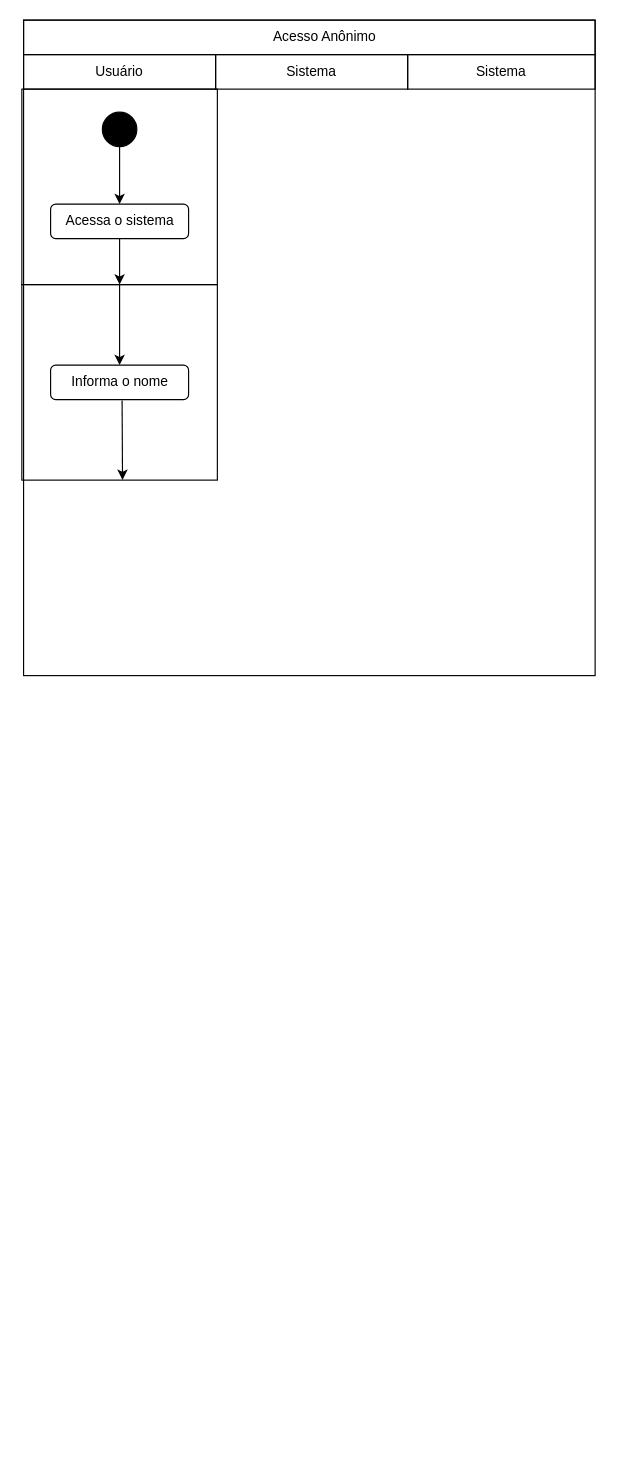
This is page "Page-3" (3 of 4) of fluxogramas/fluxograma_rebuild_plants.drawio from caioliveira277/drawio-fluxogramas, a draw.io file, before an edit. Source tidied: cells renumbered, new cells numbered last; positions are measured from the earlier drawing's top-left corner, leaving out a move shared by most shapes. Both pictures are drawn from the tidied source at 115%, with x=0, y=0 at pixel (22, 20).
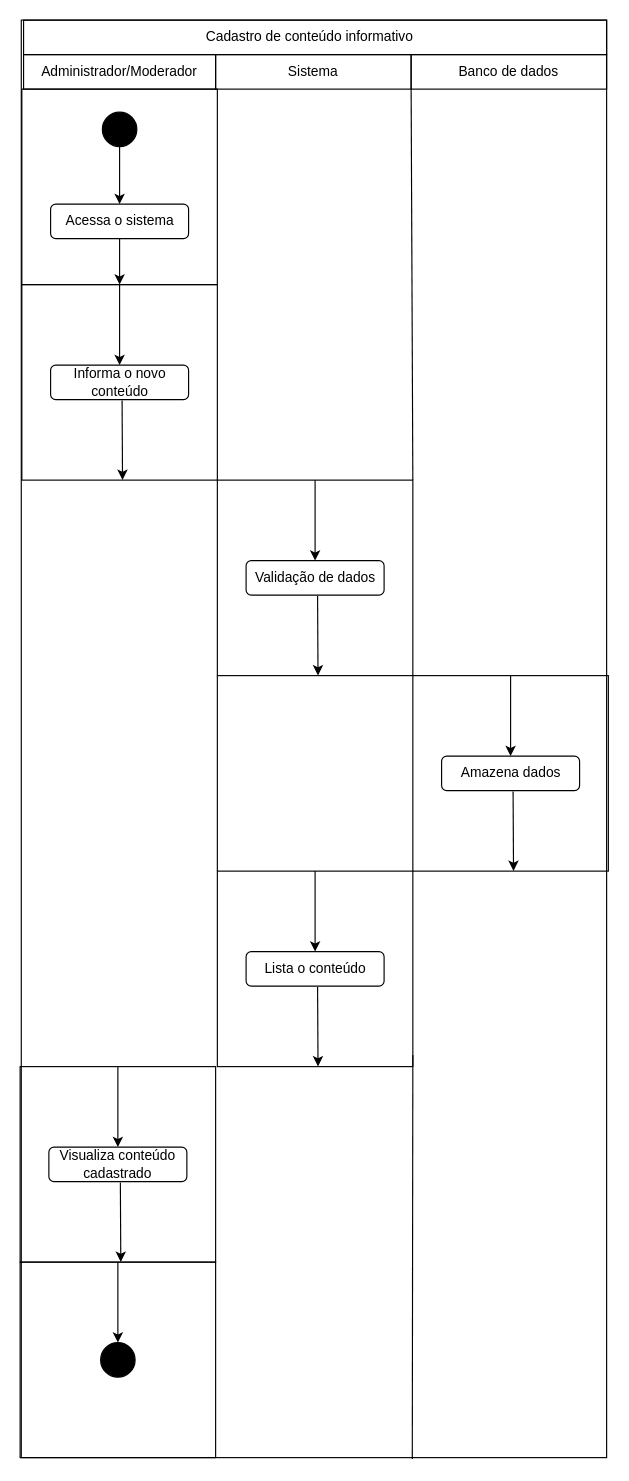
The same page after the edit.

Diff of the diagram source:
```diff
@@
-    <mxCell id="2" style="rounded=0;whiteSpace=wrap;html=1;fillColor=#ffffff;" parent="1" vertex="1">
-      <mxGeometry x="1" width="497" height="570" as="geometry" />
+    <mxCell id="2" style="rounded=0;whiteSpace=wrap;html=1;strokeColor=#000000;fillColor=#FFFFFF;" parent="1" vertex="1">
+      <mxGeometry x="-1" width="509" height="1250" as="geometry" />
     </mxCell>
     <mxCell id="3" style="rounded=0;whiteSpace=wrap;html=1;fillColor=none;strokeColor=#000000;" parent="1" vertex="1">
-      <mxGeometry x="1" width="497" height="30" as="geometry" />
+      <mxGeometry x="1" width="507" height="30" as="geometry" />
     </mxCell>
-    <mxCell id="4" value="Acesso Anônimo" style="text;html=1;align=center;verticalAlign=middle;whiteSpace=wrap;rounded=0;fontColor=#000000;" parent="1" vertex="1">
-      <mxGeometry x="211" y="7.5" width="103.5" height="15" as="geometry" />
+    <mxCell id="4" value="Cadastro de conteúdo informativo" style="text;html=1;align=center;verticalAlign=middle;whiteSpace=wrap;rounded=0;fontColor=#000000;" parent="1" vertex="1">
+      <mxGeometry x="145.5" y="7.5" width="208" height="15" as="geometry" />
     </mxCell>
@@
-    <mxCell id="11" value="&lt;font color=&quot;#000000&quot;&gt;Informa o nome&lt;/font&gt;" style="rounded=1;whiteSpace=wrap;html=1;fillColor=none;strokeColor=#000000;" parent="1" vertex="1">
+    <mxCell id="11" value="&lt;font color=&quot;#000000&quot;&gt;Informa o novo conteúdo&lt;/font&gt;" style="rounded=1;whiteSpace=wrap;html=1;fillColor=none;strokeColor=#000000;" parent="1" vertex="1">
       <mxGeometry x="24.5" y="300" width="120" height="30" as="geometry" />
     </mxCell>
@@
-    <mxCell id="14" value="&lt;font color=&quot;#000000&quot;&gt;Usuário&lt;/font&gt;" style="rounded=0;whiteSpace=wrap;html=1;fillColor=none;strokeColor=#000000;" parent="1" vertex="1">
+    <mxCell id="14" value="&lt;font color=&quot;#000000&quot;&gt;Administrador/Moderador&lt;/font&gt;" style="rounded=0;whiteSpace=wrap;html=1;fillColor=none;strokeColor=#000000;" parent="1" vertex="1">
       <mxGeometry x="1" y="30" width="167" height="30" as="geometry" />
     </mxCell>
     <mxCell id="15" value="&lt;font color=&quot;#000000&quot;&gt;Sistema&lt;/font&gt;" style="rounded=0;whiteSpace=wrap;html=1;fillColor=none;strokeColor=#000000;" parent="1" vertex="1">
-      <mxGeometry x="168" y="30" width="167" height="30" as="geometry" />
+      <mxGeometry x="168" y="30" width="170" height="30" as="geometry" />
     </mxCell>
-    <mxCell id="16" value="&lt;font color=&quot;#000000&quot;&gt;Sistema&lt;/font&gt;" style="rounded=0;whiteSpace=wrap;html=1;fillColor=none;strokeColor=#000000;" parent="1" vertex="1">
-      <mxGeometry x="335" y="30" width="163" height="30" as="geometry" />
+    <mxCell id="16" value="&lt;font color=&quot;#000000&quot;&gt;Banco de dados&lt;/font&gt;" style="rounded=0;whiteSpace=wrap;html=1;fillColor=none;strokeColor=#000000;" parent="1" vertex="1">
+      <mxGeometry x="338" y="30" width="170" height="30" as="geometry" />
     </mxCell>
+    <mxCell id="17" style="whiteSpace=wrap;html=1;fillColor=none;strokeColor=#000000;" parent="1" vertex="1">
+      <mxGeometry x="169.5" y="400" width="170" height="170" as="geometry" />
+    </mxCell>
+    <mxCell id="18" value="&lt;font color=&quot;#000000&quot;&gt;Validação de dados&lt;/font&gt;" style="rounded=1;whiteSpace=wrap;html=1;fillColor=none;strokeColor=#000000;" parent="1" vertex="1">
+      <mxGeometry x="194.5" y="470" width="120" height="30" as="geometry" />
+    </mxCell>
+    <mxCell id="19" style="endArrow=classic;html=1;strokeColor=#000000;exitX=0.5;exitY=0;exitDx=0;exitDy=0;" parent="1" edge="1" source="17">
+      <mxGeometry relative="1" as="geometry">
+        <mxPoint x="254.5" y="470" as="targetPoint" />
+      </mxGeometry>
+    </mxCell>
+    <mxCell id="20" style="endArrow=classic;html=1;strokeColor=#000000;entryX=0.515;entryY=0.999;entryDx=0;entryDy=0;entryPerimeter=0;exitX=0.518;exitY=1.023;exitDx=0;exitDy=0;exitPerimeter=0;" parent="1" edge="1" source="18" target="17">
+      <mxGeometry relative="1" as="geometry" />
+    </mxCell>
+    <mxCell id="21" style="whiteSpace=wrap;html=1;fillColor=none;strokeColor=#000000;" parent="1" vertex="1">
+      <mxGeometry x="-2" y="1080" width="170" height="170" as="geometry" />
+    </mxCell>
+    <mxCell id="22" style="endArrow=classic;html=1;strokeColor=#000000;exitX=0.5;exitY=0;exitDx=0;exitDy=0;" parent="1" edge="1" source="21">
+      <mxGeometry relative="1" as="geometry">
+        <mxPoint x="83" y="1150" as="targetPoint" />
+      </mxGeometry>
+    </mxCell>
+    <mxCell id="23" style="whiteSpace=wrap;html=1;fillColor=none;strokeColor=#000000;" parent="1" vertex="1">
+      <mxGeometry x="339.5" y="570" width="170" height="170" as="geometry" />
+    </mxCell>
+    <mxCell id="24" value="&lt;font color=&quot;#000000&quot;&gt;Amazena dados&lt;/font&gt;" style="rounded=1;whiteSpace=wrap;html=1;fillColor=none;strokeColor=#000000;" parent="1" vertex="1">
+      <mxGeometry x="364.5" y="640" width="120" height="30" as="geometry" />
+    </mxCell>
+    <mxCell id="25" style="endArrow=classic;html=1;strokeColor=#000000;exitX=0.5;exitY=0;exitDx=0;exitDy=0;" parent="1" edge="1" source="23">
+      <mxGeometry relative="1" as="geometry">
+        <mxPoint x="424.5" y="640" as="targetPoint" />
+      </mxGeometry>
+    </mxCell>
+    <mxCell id="26" style="endArrow=classic;html=1;strokeColor=#000000;entryX=0.515;entryY=0.999;entryDx=0;entryDy=0;entryPerimeter=0;exitX=0.518;exitY=1.023;exitDx=0;exitDy=0;exitPerimeter=0;" parent="1" edge="1" source="24" target="23">
+      <mxGeometry relative="1" as="geometry" />
+    </mxCell>
+    <mxCell id="27" style="whiteSpace=wrap;html=1;fillColor=none;strokeColor=#000000;" parent="1" vertex="1">
+      <mxGeometry x="169.5" y="740" width="170" height="170" as="geometry" />
+    </mxCell>
+    <mxCell id="28" value="&lt;font color=&quot;#000000&quot;&gt;Lista o conteúdo&lt;/font&gt;" style="rounded=1;whiteSpace=wrap;html=1;fillColor=none;strokeColor=#000000;" parent="1" vertex="1">
+      <mxGeometry x="194.5" y="810" width="120" height="30" as="geometry" />
+    </mxCell>
+    <mxCell id="29" style="endArrow=classic;html=1;strokeColor=#000000;exitX=0.5;exitY=0;exitDx=0;exitDy=0;" parent="1" edge="1" source="27">
+      <mxGeometry relative="1" as="geometry">
+        <mxPoint x="254.5" y="810" as="targetPoint" />
+      </mxGeometry>
+    </mxCell>
+    <mxCell id="30" style="endArrow=classic;html=1;strokeColor=#000000;entryX=0.515;entryY=0.999;entryDx=0;entryDy=0;entryPerimeter=0;exitX=0.518;exitY=1.023;exitDx=0;exitDy=0;exitPerimeter=0;" parent="1" edge="1" source="28" target="27">
+      <mxGeometry relative="1" as="geometry" />
+    </mxCell>
+    <mxCell id="31" style="whiteSpace=wrap;html=1;fillColor=none;strokeColor=#000000;" parent="1" vertex="1">
+      <mxGeometry x="-2" y="910" width="170" height="170" as="geometry" />
+    </mxCell>
+    <mxCell id="32" value="&lt;font color=&quot;#000000&quot;&gt;Visualiza conteúdo cadastrado&lt;/font&gt;" style="rounded=1;whiteSpace=wrap;html=1;fillColor=none;strokeColor=#000000;" parent="1" vertex="1">
+      <mxGeometry x="23" y="980" width="120" height="30" as="geometry" />
+    </mxCell>
+    <mxCell id="33" style="endArrow=classic;html=1;strokeColor=#000000;exitX=0.5;exitY=0;exitDx=0;exitDy=0;" parent="1" edge="1" source="31">
+      <mxGeometry relative="1" as="geometry">
+        <mxPoint x="83" y="980" as="targetPoint" />
+      </mxGeometry>
+    </mxCell>
+    <mxCell id="34" style="endArrow=classic;html=1;strokeColor=#000000;entryX=0.515;entryY=0.999;entryDx=0;entryDy=0;entryPerimeter=0;exitX=0.518;exitY=1.023;exitDx=0;exitDy=0;exitPerimeter=0;" parent="1" edge="1" source="32" target="31">
+      <mxGeometry relative="1" as="geometry" />
+    </mxCell>
+    <mxCell id="35" style="ellipse;whiteSpace=wrap;html=1;strokeColor=#000000;fillColor=#000000;" parent="1" vertex="1">
+      <mxGeometry x="68" y="1150" width="30" height="30" as="geometry" />
+    </mxCell>
+    <mxCell id="36" style="endArrow=none;html=1;entryX=1;entryY=1;entryDx=0;entryDy=0;exitX=1;exitY=0;exitDx=0;exitDy=0;strokeColor=#000000;" parent="1" edge="1" source="17" target="15">
+      <mxGeometry relative="1" as="geometry" />
+    </mxCell>
+    <mxCell id="37" style="endArrow=none;html=1;entryX=1;entryY=1;entryDx=0;entryDy=0;exitX=0;exitY=0;exitDx=0;exitDy=0;strokeColor=#000000;" parent="1" edge="1" source="27">
+      <mxGeometry relative="1" as="geometry">
+        <mxPoint x="169.5" y="570" as="targetPoint" />
+      </mxGeometry>
+    </mxCell>
+    <mxCell id="38" style="endArrow=none;html=1;entryX=1;entryY=1;entryDx=0;entryDy=0;exitX=0.668;exitY=1.001;exitDx=0;exitDy=0;strokeColor=#000000;exitPerimeter=0;" parent="1" edge="1" source="2">
+      <mxGeometry relative="1" as="geometry">
+        <mxPoint x="339.5" y="900" as="targetPoint" />
+      </mxGeometry>
+    </mxCell>
```
